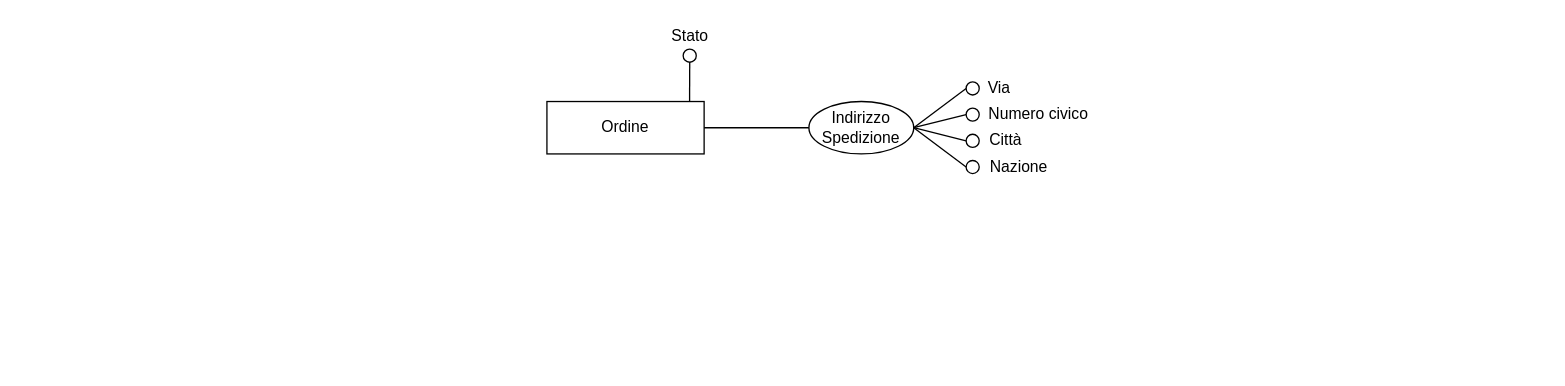
Earlier version of the draw.io diagram ER-diagrams/ER-Ordine.drawio (nic-agos/Verde-S.R.L). Source tidied: cells renumbered, new cells numbered last; positions are measured from the earlier drawing's top-left corner, leaving out a move shared by most shapes. Both pictures are drawn from the tidied source at 131%, with x=0, y=0 at pixel (546, 22).
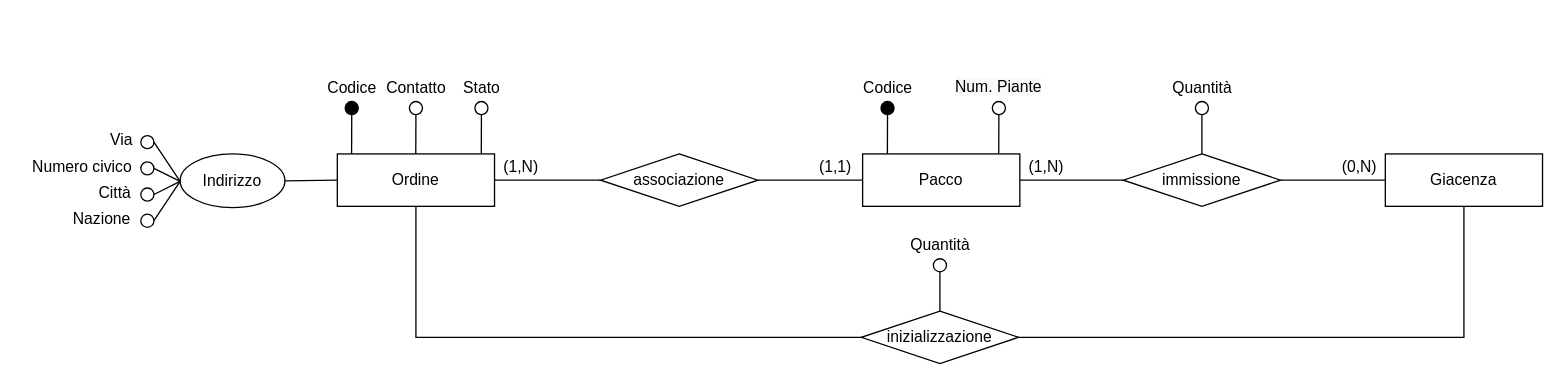
The same page after the edit.

Change to the diagram source:
```diff
@@
     <mxCell id="2" value="Ordine" style="rounded=0;whiteSpace=wrap;html=1;strokeWidth=1;perimeterSpacing=0;" parent="1" vertex="1">
-      <mxGeometry y="60" width="120" height="40" as="geometry" />
+      <mxGeometry x="-160" y="100" width="120" height="40" as="geometry" />
     </mxCell>
     <mxCell id="3" style="endArrow=none;html=1;rounded=0;fillColor=#000000;entryX=0.166;entryY=0;entryDx=0;entryDy=0;entryPerimeter=0;exitX=0.5;exitY=1;exitDx=0;exitDy=0;" parent="1" edge="1" source="4">
       <mxGeometry relative="1" as="geometry">
-        <mxPoint x="108.9" y="60" as="targetPoint" />
+        <mxPoint x="-50.1" y="100" as="targetPoint" />
       </mxGeometry>
     </mxCell>
     <mxCell id="4" style="ellipse;whiteSpace=wrap;html=1;strokeWidth=1;fillColor=none;" parent="1" vertex="1">
-      <mxGeometry x="104" y="20" width="10" height="10" as="geometry" />
+      <mxGeometry x="-55" y="60" width="10" height="10" as="geometry" />
     </mxCell>
-    <mxCell id="5" style="ellipse;whiteSpace=wrap;html=1;strokeWidth=1;fillColor=none;" parent="1" vertex="1">
-      <mxGeometry x="320" y="45" width="10" height="10" as="geometry" />
-    </mxCell>
-    <mxCell id="6" value="Indirizzo&lt;br&gt;Spedizione" style="ellipse;whiteSpace=wrap;html=1;" parent="1" vertex="1">
-      <mxGeometry x="200" y="60" width="80" height="40" as="geometry" />
-    </mxCell>
-    <mxCell id="7" style="ellipse;whiteSpace=wrap;html=1;strokeWidth=1;fillColor=none;" parent="1" vertex="1">
-      <mxGeometry x="320" y="65" width="10" height="10" as="geometry" />
-    </mxCell>
-    <mxCell id="8" style="ellipse;whiteSpace=wrap;html=1;strokeWidth=1;fillColor=none;" parent="1" vertex="1">
-      <mxGeometry x="320" y="105" width="10" height="10" as="geometry" />
-    </mxCell>
-    <mxCell id="9" style="endArrow=none;html=1;rounded=0;exitX=1;exitY=0.5;exitDx=0;exitDy=0;entryX=0;entryY=0.5;entryDx=0;entryDy=0;" parent="1" edge="1" source="6" target="5">
-      <mxGeometry relative="1" as="geometry" />
-    </mxCell>
-    <mxCell id="10" style="endArrow=none;html=1;rounded=0;entryX=0;entryY=0.5;entryDx=0;entryDy=0;" parent="1" edge="1" target="7">
-      <mxGeometry relative="1" as="geometry">
-        <mxPoint x="280" y="80" as="sourcePoint" />
-      </mxGeometry>
-    </mxCell>
-    <mxCell id="11" style="endArrow=none;html=1;rounded=0;exitX=1;exitY=0.5;exitDx=0;exitDy=0;entryX=0;entryY=0.5;entryDx=0;entryDy=0;" parent="1" edge="1" source="6" target="8">
-      <mxGeometry relative="1" as="geometry" />
-    </mxCell>
+    <mxCell id="19" value="Stato" style="text;html=1;align=center;verticalAlign=middle;strokeColor=none;fillColor=none;" parent="1" vertex="1">
+      <mxGeometry x="-70" y="40" width="40" height="20" as="geometry" />
+    </mxCell>
+    <mxCell id="20" value="Pacco" style="rounded=0;whiteSpace=wrap;html=1;strokeWidth=1;perimeterSpacing=0;" parent="1" vertex="1">
+      <mxGeometry x="241" y="100" width="120" height="40" as="geometry" />
+    </mxCell>
+    <mxCell id="21" style="endArrow=none;html=1;rounded=0;fillColor=#000000;entryX=0.166;entryY=0;entryDx=0;entryDy=0;entryPerimeter=0;exitX=0.5;exitY=1;exitDx=0;exitDy=0;" parent="1" edge="1" source="22">
+      <mxGeometry relative="1" as="geometry">
+        <mxPoint x="-149.1" y="100" as="targetPoint" />
+      </mxGeometry>
+    </mxCell>
+    <mxCell id="22" style="ellipse;whiteSpace=wrap;html=1;strokeWidth=1;fillColor=#000000;" parent="1" vertex="1">
+      <mxGeometry x="-154" y="60" width="10" height="10" as="geometry" />
+    </mxCell>
+    <mxCell id="23" value="Codice" style="text;html=1;align=center;verticalAlign=middle;strokeColor=none;fillColor=none;" parent="1" vertex="1">
+      <mxGeometry x="-174" y="40" width="50" height="20" as="geometry" />
+    </mxCell>
+    <mxCell id="24" style="endArrow=none;html=1;rounded=0;fillColor=#000000;entryX=0.166;entryY=0;entryDx=0;entryDy=0;entryPerimeter=0;exitX=0.5;exitY=1;exitDx=0;exitDy=0;" parent="1" edge="1" source="25">
+      <mxGeometry relative="1" as="geometry">
+        <mxPoint x="-100.1" y="100" as="targetPoint" />
+      </mxGeometry>
+    </mxCell>
+    <mxCell id="25" style="ellipse;whiteSpace=wrap;html=1;strokeWidth=1;fillColor=none;" parent="1" vertex="1">
+      <mxGeometry x="-105" y="60" width="10" height="10" as="geometry" />
+    </mxCell>
+    <mxCell id="26" value="Contatto" style="text;html=1;align=center;verticalAlign=middle;strokeColor=none;fillColor=none;" parent="1" vertex="1">
+      <mxGeometry x="-130" y="40" width="60" height="20" as="geometry" />
+    </mxCell>
+    <mxCell id="27" style="endArrow=none;html=1;rounded=0;fillColor=#000000;entryX=0.166;entryY=0;entryDx=0;entryDy=0;entryPerimeter=0;exitX=0.5;exitY=1;exitDx=0;exitDy=0;" parent="1" edge="1" source="28">
+      <mxGeometry relative="1" as="geometry">
+        <mxPoint x="259.9" y="100" as="targetPoint" />
+      </mxGeometry>
+    </mxCell>
+    <mxCell id="28" style="ellipse;whiteSpace=wrap;html=1;strokeWidth=1;fillColor=#000000;" parent="1" vertex="1">
+      <mxGeometry x="255" y="60" width="10" height="10" as="geometry" />
+    </mxCell>
+    <mxCell id="29" value="Codice" style="text;html=1;align=center;verticalAlign=middle;strokeColor=none;fillColor=none;" parent="1" vertex="1">
+      <mxGeometry x="235" y="40" width="50" height="20" as="geometry" />
+    </mxCell>
+    <mxCell id="30" value="associazione" style="rhombus;whiteSpace=wrap;html=1;" parent="1" vertex="1">
+      <mxGeometry x="41" y="100" width="120" height="40" as="geometry" />
+    </mxCell>
+    <mxCell id="31" style="endArrow=none;html=1;rounded=0;entryX=0;entryY=0.5;entryDx=0;entryDy=0;exitX=1;exitY=0.5;exitDx=0;exitDy=0;" parent="1" edge="1" source="30" target="20">
+      <mxGeometry relative="1" as="geometry" />
+    </mxCell>
+    <mxCell id="32" style="endArrow=none;html=1;rounded=0;entryX=1;entryY=0.5;entryDx=0;entryDy=0;exitX=0;exitY=0.5;exitDx=0;exitDy=0;" parent="1" edge="1" source="30" target="2">
+      <mxGeometry relative="1" as="geometry" />
+    </mxCell>
+    <mxCell id="33" value="Giacenza" style="rounded=0;whiteSpace=wrap;html=1;strokeWidth=1;perimeterSpacing=0;" parent="1" vertex="1">
+      <mxGeometry x="640" y="100" width="120" height="40" as="geometry" />
+    </mxCell>
+    <mxCell id="34" value="immissione" style="rhombus;whiteSpace=wrap;html=1;" parent="1" vertex="1">
+      <mxGeometry x="440" y="100" width="120" height="40" as="geometry" />
+    </mxCell>
+    <mxCell id="35" style="endArrow=none;html=1;rounded=0;entryX=0;entryY=0.5;entryDx=0;entryDy=0;exitX=1;exitY=0.5;exitDx=0;exitDy=0;" parent="1" edge="1" source="20" target="34">
+      <mxGeometry relative="1" as="geometry" />
+    </mxCell>
+    <mxCell id="36" style="endArrow=none;html=1;rounded=0;exitX=1;exitY=0.5;exitDx=0;exitDy=0;entryX=0;entryY=0.5;entryDx=0;entryDy=0;" parent="1" edge="1" source="34" target="33">
+      <mxGeometry relative="1" as="geometry" />
+    </mxCell>
+    <mxCell id="37" style="endArrow=none;html=1;rounded=0;fillColor=#000000;entryX=0.166;entryY=0;entryDx=0;entryDy=0;entryPerimeter=0;exitX=0.5;exitY=1;exitDx=0;exitDy=0;" parent="1" edge="1" source="38">
+      <mxGeometry relative="1" as="geometry">
+        <mxPoint x="344.9" y="100" as="targetPoint" />
+      </mxGeometry>
+    </mxCell>
+    <mxCell id="38" style="ellipse;whiteSpace=wrap;html=1;strokeWidth=1;fillColor=none;" parent="1" vertex="1">
+      <mxGeometry x="340" y="60" width="10" height="10" as="geometry" />
+    </mxCell>
+    <mxCell id="39" value="&lt;span style=&quot;color: rgb(0 , 0 , 0) ; font-family: &amp;#34;helvetica&amp;#34; ; font-size: 12px ; font-style: normal ; font-weight: 400 ; letter-spacing: normal ; text-align: center ; text-indent: 0px ; text-transform: none ; word-spacing: 0px ; background-color: rgb(248 , 249 , 250) ; display: inline ; float: none&quot;&gt;Num. Piante&lt;/span&gt;" style="text;whiteSpace=wrap;html=1;" parent="1" vertex="1">
+      <mxGeometry x="310" y="35" width="80" height="30" as="geometry" />
+    </mxCell>
+    <mxCell id="40" value="(1,N)" style="text;html=1;align=center;verticalAlign=middle;strokeColor=none;fillColor=none;" parent="1" vertex="1">
+      <mxGeometry x="-40" y="100" width="40" height="20" as="geometry" />
+    </mxCell>
+    <mxCell id="41" value="(1,1)" style="text;html=1;align=center;verticalAlign=middle;strokeColor=none;fillColor=none;" parent="1" vertex="1">
+      <mxGeometry x="200" y="100" width="40" height="20" as="geometry" />
+    </mxCell>
+    <mxCell id="42" value="inizializzazione" style="rhombus;whiteSpace=wrap;html=1;" parent="1" vertex="1">
+      <mxGeometry x="240" y="220" width="120" height="40" as="geometry" />
+    </mxCell>
+    <mxCell id="43" value="Indirizzo" style="ellipse;whiteSpace=wrap;html=1;" parent="1" vertex="1">
+      <mxGeometry x="-280" y="100" width="80" height="41" as="geometry" />
+    </mxCell>
+    <mxCell id="44" style="ellipse;whiteSpace=wrap;html=1;strokeWidth=1;fillColor=none;" parent="1" vertex="1">
+      <mxGeometry x="-310" y="86" width="10" height="10" as="geometry" />
+    </mxCell>
+    <mxCell id="45" style="ellipse;whiteSpace=wrap;html=1;strokeWidth=1;fillColor=none;" parent="1" vertex="1">
+      <mxGeometry x="-310" y="106" width="10" height="10" as="geometry" />
+    </mxCell>
+    <mxCell id="46" style="ellipse;whiteSpace=wrap;html=1;strokeWidth=1;fillColor=none;" parent="1" vertex="1">
+      <mxGeometry x="-310" y="146" width="10" height="10" as="geometry" />
+    </mxCell>
+    <mxCell id="47" style="endArrow=none;html=1;rounded=0;entryX=1;entryY=0.5;entryDx=0;entryDy=0;" parent="1" edge="1" target="44">
+      <mxGeometry relative="1" as="geometry">
+        <mxPoint x="-280" y="121" as="sourcePoint" />
+      </mxGeometry>
+    </mxCell>
+    <mxCell id="48" style="endArrow=none;html=1;rounded=0;entryX=1;entryY=0.5;entryDx=0;entryDy=0;" parent="1" edge="1" target="45">
+      <mxGeometry relative="1" as="geometry">
+        <mxPoint x="-280" y="121" as="sourcePoint" />
+      </mxGeometry>
+    </mxCell>
+    <mxCell id="49" style="endArrow=none;html=1;rounded=0;entryX=1;entryY=0.5;entryDx=0;entryDy=0;" parent="1" edge="1" target="46">
+      <mxGeometry relative="1" as="geometry">
+        <mxPoint x="-280" y="121" as="sourcePoint" />
+      </mxGeometry>
+    </mxCell>
     <mxCell id="12" value="Via" style="text;html=1;align=center;verticalAlign=middle;strokeColor=none;fillColor=none;" parent="1" vertex="1">
-      <mxGeometry x="330" y="40" width="30" height="20" as="geometry" />
+      <mxGeometry x="-340" y="80" width="30" height="20" as="geometry" />
     </mxCell>
     <mxCell id="13" value="Numero civico" style="text;html=1;align=center;verticalAlign=middle;strokeColor=none;fillColor=none;" parent="1" vertex="1">
-      <mxGeometry x="330" y="60" width="90" height="20" as="geometry" />
+      <mxGeometry x="-400" y="100" width="90" height="20" as="geometry" />
     </mxCell>
     <mxCell id="14" value="Città" style="text;html=1;align=center;verticalAlign=middle;strokeColor=none;fillColor=none;" parent="1" vertex="1">
-      <mxGeometry x="330" y="80" width="40" height="20" as="geometry" />
+      <mxGeometry x="-350" y="120" width="40" height="20" as="geometry" />
     </mxCell>
-    <mxCell id="15" style="ellipse;whiteSpace=wrap;html=1;strokeWidth=1;fillColor=none;" parent="1" vertex="1">
-      <mxGeometry x="320" y="85" width="10" height="10" as="geometry" />
-    </mxCell>
-    <mxCell id="16" style="endArrow=none;html=1;rounded=0;exitX=1;exitY=0.5;exitDx=0;exitDy=0;entryX=0;entryY=0.5;entryDx=0;entryDy=0;" parent="1" edge="1" source="6" target="15">
-      <mxGeometry relative="1" as="geometry" />
-    </mxCell>
+    <mxCell id="50" style="ellipse;whiteSpace=wrap;html=1;strokeWidth=1;fillColor=none;" parent="1" vertex="1">
+      <mxGeometry x="-310" y="126" width="10" height="10" as="geometry" />
+    </mxCell>
+    <mxCell id="51" style="endArrow=none;html=1;rounded=0;entryX=1;entryY=0.5;entryDx=0;entryDy=0;" parent="1" edge="1" target="50">
+      <mxGeometry relative="1" as="geometry">
+        <mxPoint x="-280" y="121" as="sourcePoint" />
+      </mxGeometry>
+    </mxCell>
     <mxCell id="17" value="Nazione" style="text;html=1;align=center;verticalAlign=middle;strokeColor=none;fillColor=none;" parent="1" vertex="1">
-      <mxGeometry x="330" y="100" width="60" height="20" as="geometry" />
+      <mxGeometry x="-370" y="140" width="60" height="20" as="geometry" />
     </mxCell>
-    <mxCell id="18" style="endArrow=none;html=1;rounded=0;entryX=0;entryY=0.5;entryDx=0;entryDy=0;exitX=1;exitY=0.5;exitDx=0;exitDy=0;" parent="1" edge="1" source="2" target="6">
-      <mxGeometry relative="1" as="geometry" />
-    </mxCell>
-    <mxCell id="19" value="Stato" style="text;html=1;align=center;verticalAlign=middle;strokeColor=none;fillColor=none;" parent="1" vertex="1">
-      <mxGeometry x="89" width="40" height="20" as="geometry" />
-    </mxCell>
+    <mxCell id="52" style="endArrow=none;html=1;rounded=0;entryX=1;entryY=0.5;entryDx=0;entryDy=0;exitX=0;exitY=0.5;exitDx=0;exitDy=0;" parent="1" edge="1" source="2" target="43">
+      <mxGeometry relative="1" as="geometry" />
+    </mxCell>
+    <mxCell id="53" style="endArrow=none;html=1;rounded=0;exitX=0.5;exitY=1;exitDx=0;exitDy=0;entryX=0;entryY=0.5;entryDx=0;entryDy=0;" parent="1" edge="1" source="2" target="42">
+      <mxGeometry relative="1" as="geometry">
+        <Array as="points">
+          <mxPoint x="-100" y="240" />
+        </Array>
+      </mxGeometry>
+    </mxCell>
+    <mxCell id="54" style="endArrow=none;html=1;rounded=0;entryX=0.5;entryY=1;entryDx=0;entryDy=0;exitX=1;exitY=0.5;exitDx=0;exitDy=0;" parent="1" edge="1" source="42" target="33">
+      <mxGeometry relative="1" as="geometry">
+        <Array as="points">
+          <mxPoint x="700" y="240" />
+        </Array>
+      </mxGeometry>
+    </mxCell>
+    <mxCell id="55" style="endArrow=none;html=1;rounded=0;fillColor=#000000;exitX=0.5;exitY=1;exitDx=0;exitDy=0;entryX=0.5;entryY=0;entryDx=0;entryDy=0;" parent="1" edge="1" source="56" target="42">
+      <mxGeometry relative="1" as="geometry" />
+    </mxCell>
+    <mxCell id="56" style="ellipse;whiteSpace=wrap;html=1;strokeWidth=1;fillColor=none;" parent="1" vertex="1">
+      <mxGeometry x="295" y="180" width="10" height="10" as="geometry" />
+    </mxCell>
+    <mxCell id="57" value="Quantità" style="text;html=1;align=center;verticalAlign=middle;strokeColor=none;fillColor=none;" parent="1" vertex="1">
+      <mxGeometry x="270" y="160" width="60" height="20" as="geometry" />
+    </mxCell>
+    <mxCell id="58" style="endArrow=none;html=1;rounded=0;fillColor=#000000;exitX=0.5;exitY=1;exitDx=0;exitDy=0;entryX=0.5;entryY=0;entryDx=0;entryDy=0;" parent="1" edge="1" source="59" target="34">
+      <mxGeometry relative="1" as="geometry" />
+    </mxCell>
+    <mxCell id="59" style="ellipse;whiteSpace=wrap;html=1;strokeWidth=1;fillColor=none;" parent="1" vertex="1">
+      <mxGeometry x="495" y="60" width="10" height="10" as="geometry" />
+    </mxCell>
+    <mxCell id="60" value="Quantità" style="text;html=1;align=center;verticalAlign=middle;strokeColor=none;fillColor=none;" parent="1" vertex="1">
+      <mxGeometry x="470" y="40" width="60" height="20" as="geometry" />
+    </mxCell>
+    <mxCell id="61" value="(1,N)" style="text;html=1;align=center;verticalAlign=middle;strokeColor=none;fillColor=none;" parent="1" vertex="1">
+      <mxGeometry x="361" y="100" width="40" height="20" as="geometry" />
+    </mxCell>
+    <mxCell id="62" value="(0,N)" style="text;html=1;align=center;verticalAlign=middle;strokeColor=none;fillColor=none;" parent="1" vertex="1">
+      <mxGeometry x="600" y="100" width="40" height="20" as="geometry" />
+    </mxCell>
```
